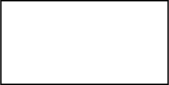
Earlier version of the draw.io export Untitled Diagram.svg (duncanhiggins/examples-javascript-blockly). Source tidied: cells renumbered, new cells last; positions are measured from the earlier drawing's top-left corner, leaving out a move shared by most shapes.
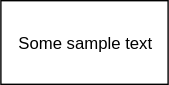
After the change.

Diff of the diagram source:
```diff
@@ -2,7 +2,7 @@
   <root>
     <mxCell id="0" />
     <mxCell id="1" parent="0" />
-    <mxCell id="2" style="rounded=0;whiteSpace=wrap;html=1;" parent="1" vertex="1">
+    <mxCell id="2" value="Some sample text" style="rounded=0;whiteSpace=wrap;html=1;" parent="1" vertex="1">
       <mxGeometry width="120" height="60" as="geometry" />
     </mxCell>
   </root>
```
